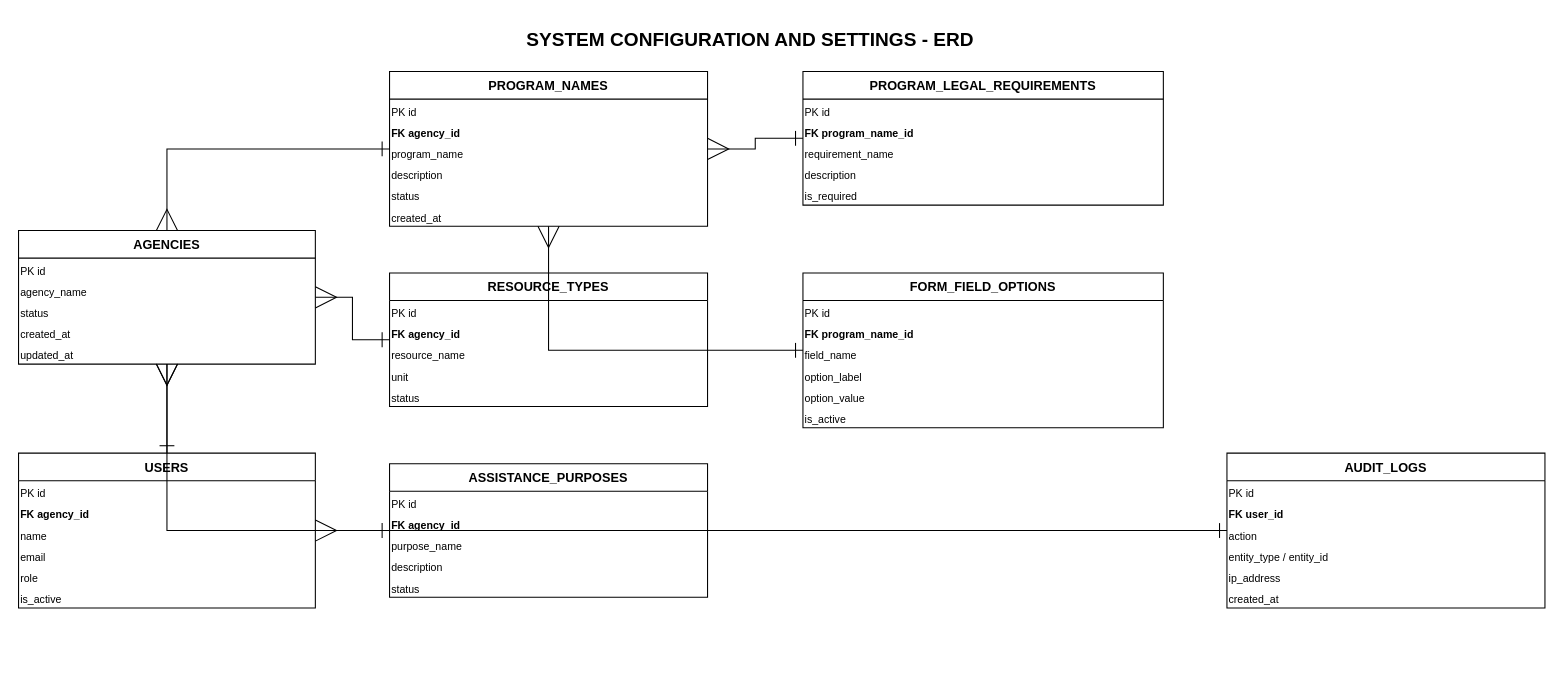
tin-tin113/ffprams keeps this draw.io diagram as ERD_Diagrams_Drawio/05_System_Configuration_and_Settings_ERD.drawio. Above is the earlier version. Source tidied: cells renumbered, new cells numbered last; positions are measured from the earlier drawing's top-left corner, leaving out a move shared by most shapes. Both pictures are drawn from the tidied source at 106%, with x=0, y=0 at pixel (18, 18).
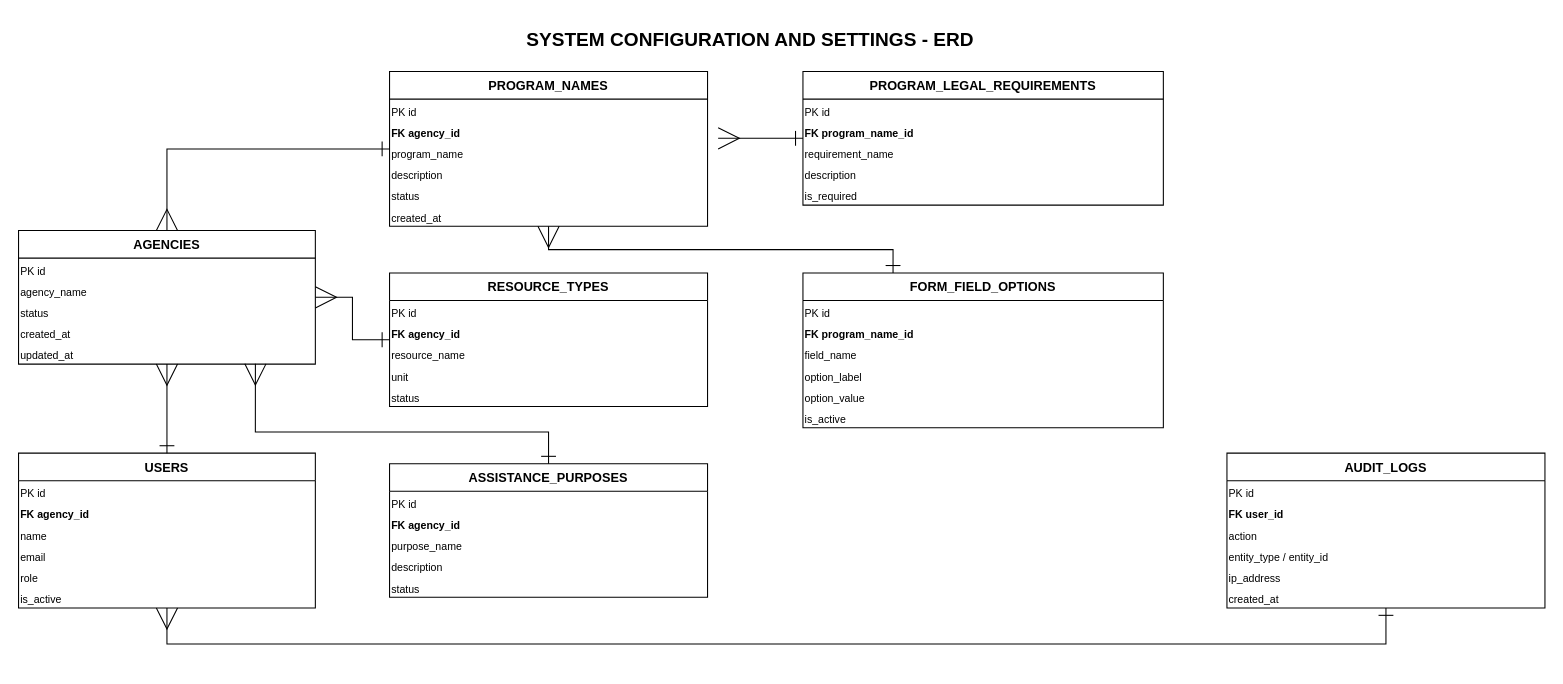
Above is the later version.

The change refers to these unchanged cells:
```xml
<mxCell id="3" value="AGENCIES" style="swimlane;fontStyle=1;horizontal=1;startSize=26;fillColor=none;" parent="1" vertex="1">
  <mxGeometry y="200" width="280" height="126" as="geometry" />
</mxCell>
<mxCell id="8" value="updated_at" style="text;strokeColor=none;fillColor=none;align=left;fontSize=10;" parent="3" vertex="1">
  <mxGeometry y="106" width="280" height="20" as="geometry" />
</mxCell>
<mxCell id="9" value="PROGRAM_NAMES" style="swimlane;fontStyle=1;horizontal=1;startSize=26;fillColor=none;" parent="1" vertex="1">
  <mxGeometry x="350" y="50" width="300" height="146" as="geometry" />
</mxCell>
<mxCell id="22" value="ASSISTANCE_PURPOSES" style="swimlane;fontStyle=1;horizontal=1;startSize=26;fillColor=none;" parent="1" vertex="1">
  <mxGeometry x="350" y="420" width="300" height="126" as="geometry" />
</mxCell>
<mxCell id="28" value="FORM_FIELD_OPTIONS" style="swimlane;fontStyle=1;horizontal=1;startSize=26;fillColor=none;" parent="1" vertex="1">
  <mxGeometry x="740" y="240" width="340" height="146" as="geometry" />
</mxCell>
<mxCell id="35" value="PROGRAM_LEGAL_REQUIREMENTS" style="swimlane;fontStyle=1;horizontal=1;startSize=26;fillColor=none;" parent="1" vertex="1">
  <mxGeometry x="740" y="50" width="340" height="126" as="geometry" />
</mxCell>
<mxCell id="41" value="USERS" style="swimlane;fontStyle=1;horizontal=1;startSize=26;fillColor=none;" parent="1" vertex="1">
  <mxGeometry y="410" width="280" height="146" as="geometry" />
</mxCell>
<mxCell id="48" value="AUDIT_LOGS" style="swimlane;fontStyle=1;horizontal=1;startSize=26;fillColor=none;" parent="1" vertex="1">
  <mxGeometry x="1140" y="410" width="300" height="146" as="geometry" />
</mxCell>
```

Change to the diagram source:
```diff
@@
-    <mxCell id="57" style="edgeStyle=orthogonalEdgeStyle;rounded=0;html=1;strokeColor=#000000;startArrow=ERone;endArrow=ERmany;startFill=0;endFill=0;startSize=12;endSize=18;" parent="1" edge="1" source="22" target="3">
-      <mxGeometry relative="1" as="geometry" />
+    <mxCell id="57" style="edgeStyle=orthogonalEdgeStyle;rounded=0;html=1;strokeColor=#000000;startArrow=ERone;endArrow=ERmany;startFill=0;endFill=0;startSize=12;endSize=18;entryX=0.798;entryY=0.988;entryDx=0;entryDy=0;entryPerimeter=0;" parent="1" edge="1" source="22" target="8">
+      <mxGeometry relative="1" as="geometry">
+        <Array as="points">
+          <mxPoint x="500" y="390" />
+          <mxPoint x="223" y="390" />
+        </Array>
+      </mxGeometry>
     </mxCell>
@@
-    <mxCell id="59" style="edgeStyle=orthogonalEdgeStyle;rounded=0;html=1;strokeColor=#000000;startArrow=ERone;endArrow=ERmany;startFill=0;endFill=0;startSize=12;endSize=18;" parent="1" edge="1" source="28" target="9">
+    <mxCell id="59" style="edgeStyle=orthogonalEdgeStyle;rounded=0;html=1;strokeColor=#000000;startArrow=ERone;endArrow=ERmany;startFill=0;endFill=0;startSize=12;endSize=18;exitX=0.25;exitY=0;exitDx=0;exitDy=0;" parent="1" edge="1" source="28" target="9">
       <mxGeometry relative="1" as="geometry" />
     </mxCell>
-    <mxCell id="60" style="edgeStyle=orthogonalEdgeStyle;rounded=0;html=1;strokeColor=#000000;startArrow=ERone;endArrow=ERmany;startFill=0;endFill=0;startSize=12;endSize=18;" parent="1" edge="1" source="35" target="9">
-      <mxGeometry relative="1" as="geometry" />
+    <mxCell id="60" style="edgeStyle=orthogonalEdgeStyle;rounded=0;html=1;strokeColor=#000000;startArrow=ERone;endArrow=ERmany;startFill=0;endFill=0;startSize=12;endSize=18;" parent="1" edge="1" source="35">
+      <mxGeometry relative="1" as="geometry">
+        <mxPoint x="660" y="113" as="targetPoint" />
+      </mxGeometry>
     </mxCell>
     <mxCell id="61" style="edgeStyle=orthogonalEdgeStyle;rounded=0;html=1;strokeColor=#000000;startArrow=ERone;endArrow=ERmany;startFill=0;endFill=0;startSize=12;endSize=18;" parent="1" edge="1" source="48" target="41">
-      <mxGeometry relative="1" as="geometry" />
+      <mxGeometry relative="1" as="geometry">
+        <Array as="points">
+          <mxPoint x="1290" y="590" />
+          <mxPoint x="140" y="590" />
+        </Array>
+      </mxGeometry>
     </mxCell>
```
